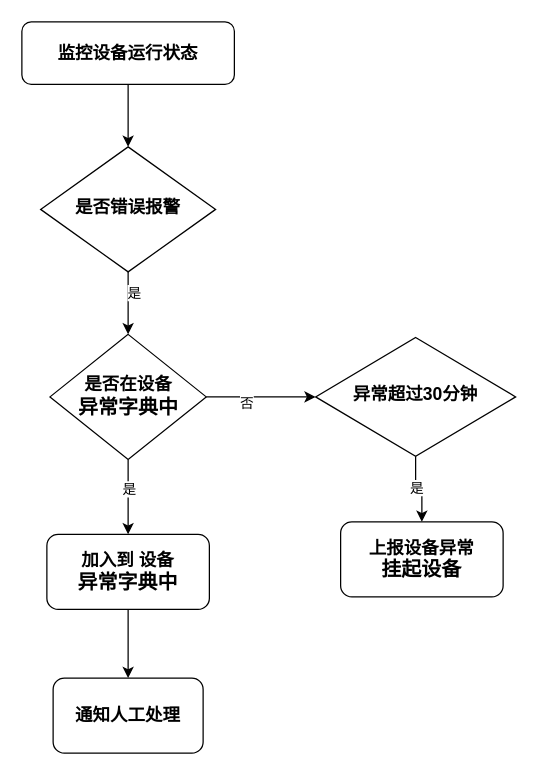
jglie/Hello-World keeps this draw.io diagram as 设备异常流程处理.drawio. Above is the earlier version. Source tidied: cells renumbered, new cells numbered last; positions are measured from the earlier drawing's top-left corner, leaving out a move shared by most shapes. Both pictures are drawn from the tidied source at 125%, with x=0, y=0 at pixel (21, 21).
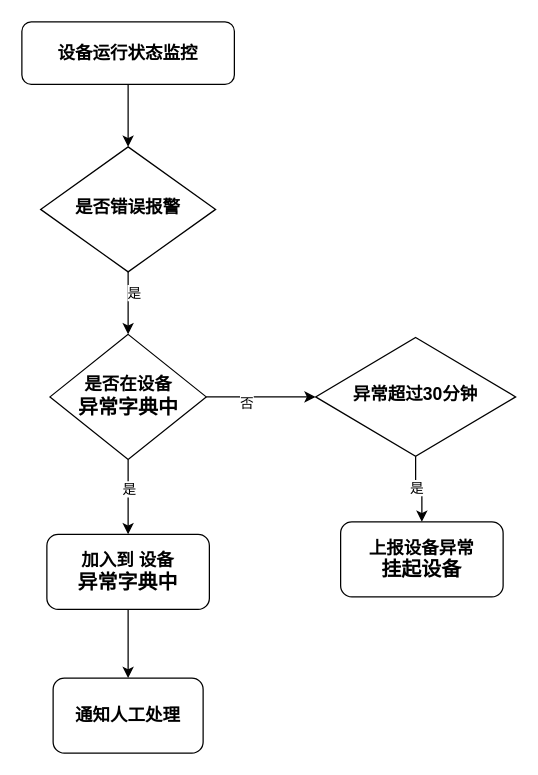
The same page after the edit.

Commit message:
设备异常流程处理.drawio

The edit, as a diff of the source:
```diff
@@
 <mxGraphModel>
   <root>
     <mxCell id="0" />
     <mxCell id="1" parent="0" />
     <mxCell id="2" style="edgeStyle=orthogonalEdgeStyle;rounded=0;jettySize=auto;html=1;entryX=0.5;entryY=0;entryDx=0;entryDy=0;" parent="1" edge="1" source="3" target="6">
       <mxGeometry relative="1" as="geometry" />
     </mxCell>
-    <mxCell id="3" value="&lt;b&gt;&lt;font style=&quot;font-size: 14px;&quot;&gt;监控设备运行状态&lt;/font&gt;&lt;/b&gt;" style="rounded=1;whiteSpace=wrap;html=1;fontSize=12;glass=0;strokeWidth=1;shadow=0;" parent="1" vertex="1">
+    <mxCell id="3" value="&lt;b&gt;&lt;font style=&quot;font-size: 14px;&quot;&gt;设备运行状态&lt;/font&gt;&lt;/b&gt;&lt;b&gt;&lt;font style=&quot;font-size: 14px;&quot;&gt;监控&lt;/font&gt;&lt;/b&gt;" style="rounded=1;whiteSpace=wrap;html=1;fontSize=12;glass=0;strokeWidth=1;shadow=0;" parent="1" vertex="1">
       <mxGeometry width="170" height="50" as="geometry" />
     </mxCell>
     <mxCell id="4" style="edgeStyle=orthogonalEdgeStyle;rounded=0;jettySize=auto;html=1;entryX=0.5;entryY=0;entryDx=0;entryDy=0;" parent="1" edge="1" source="6" target="9">
       <mxGeometry relative="1" as="geometry" />
     </mxCell>
     <mxCell id="5" value="是" style="edgeLabel;html=1;align=center;verticalAlign=middle;" parent="4" vertex="1">
       <mxGeometry x="-0.38" y="4" relative="1" as="geometry" />
     </mxCell>
     <mxCell id="6" value="&lt;font style=&quot;font-size: 14px;&quot;&gt;&lt;b&gt;是否错误报警&lt;/b&gt;&lt;/font&gt;" style="rhombus;whiteSpace=wrap;html=1;shadow=0;fontFamily=Helvetica;fontSize=12;align=center;strokeWidth=1;spacing=6;spacingTop=-4;" parent="1" vertex="1">
       <mxGeometry x="15" y="100" width="140" height="100" as="geometry" />
     </mxCell>
     <mxCell id="7" style="edgeStyle=orthogonalEdgeStyle;rounded=0;jettySize=auto;html=1;entryX=0.5;entryY=0;entryDx=0;entryDy=0;" parent="1" edge="1" source="9" target="11">
       <mxGeometry relative="1" as="geometry" />
     </mxCell>
     <mxCell id="8" value="是" style="edgeLabel;html=1;align=center;verticalAlign=middle;" parent="7" vertex="1">
       <mxGeometry x="-0.25" relative="1" as="geometry" />
     </mxCell>
     <mxCell id="9" value="&lt;div&gt;&lt;font style=&quot;font-size: 14px;&quot;&gt;&lt;b style=&quot;&quot;&gt;&lt;br&gt;&lt;/b&gt;&lt;/font&gt;&lt;/div&gt;&lt;font style=&quot;font-size: 14px;&quot;&gt;&lt;b style=&quot;&quot;&gt;是否在设备&lt;/b&gt;&lt;/font&gt;&lt;div&gt;&lt;font size=&quot;3&quot;&gt;&lt;b&gt;异常字典中&lt;/b&gt;&lt;/font&gt;&lt;div&gt;&lt;br&gt;&lt;/div&gt;&lt;/div&gt;" style="rhombus;whiteSpace=wrap;html=1;shadow=0;fontFamily=Helvetica;fontSize=12;align=center;strokeWidth=1;spacing=6;spacingTop=-4;" parent="1" vertex="1">
       <mxGeometry x="22.5" y="250" width="125" height="100" as="geometry" />
     </mxCell>
     <mxCell id="10" style="edgeStyle=orthogonalEdgeStyle;rounded=0;jettySize=auto;html=1;" parent="1" edge="1" source="11" target="12">
       <mxGeometry relative="1" as="geometry" />
     </mxCell>
     <mxCell id="11" value="&lt;font style=&quot;font-size: 14px;&quot;&gt;&lt;b&gt;加入到 设备&lt;/b&gt;&lt;/font&gt;&lt;div&gt;&lt;font size=&quot;3&quot;&gt;&lt;b&gt;异常字典中&lt;/b&gt;&lt;/font&gt;&lt;/div&gt;" style="rounded=1;whiteSpace=wrap;html=1;fontSize=12;glass=0;strokeWidth=1;shadow=0;" parent="1" vertex="1">
       <mxGeometry x="20" y="410" width="130" height="60" as="geometry" />
     </mxCell>
     <mxCell id="12" value="&lt;b&gt;&lt;font style=&quot;font-size: 14px;&quot;&gt;通知人工处理&lt;/font&gt;&lt;/b&gt;" style="whiteSpace=wrap;html=1;rounded=1;glass=0;strokeWidth=1;shadow=0;" parent="1" vertex="1">
       <mxGeometry x="25" y="525" width="120" height="60" as="geometry" />
     </mxCell>
     <mxCell id="13" style="edgeStyle=orthogonalEdgeStyle;rounded=0;jettySize=auto;html=1;entryX=0.5;entryY=0;entryDx=0;entryDy=0;" parent="1" edge="1" source="15" target="18">
       <mxGeometry relative="1" as="geometry" />
     </mxCell>
     <mxCell id="14" value="是" style="edgeLabel;html=1;align=center;verticalAlign=middle;" parent="13" vertex="1">
       <mxGeometry x="-0.07" y="2" relative="1" as="geometry">
         <mxPoint y="1" as="offset" />
       </mxGeometry>
     </mxCell>
     <mxCell id="15" value="&lt;b&gt;&lt;font style=&quot;font-size: 14px;&quot;&gt;异常超过30分钟&lt;/font&gt;&lt;/b&gt;" style="rhombus;whiteSpace=wrap;html=1;shadow=0;fontFamily=Helvetica;fontSize=12;align=center;strokeWidth=1;spacing=6;spacingTop=-4;" parent="1" vertex="1">
       <mxGeometry x="235" y="252.5" width="160" height="95" as="geometry" />
     </mxCell>
     <mxCell id="16" style="edgeStyle=orthogonalEdgeStyle;rounded=0;jettySize=auto;html=1;entryX=0;entryY=0.5;entryDx=0;entryDy=0;" parent="1" edge="1" source="9" target="15">
       <mxGeometry relative="1" as="geometry" />
     </mxCell>
     <mxCell id="17" value="否" style="edgeLabel;html=1;align=center;verticalAlign=middle;" parent="16" vertex="1">
       <mxGeometry x="-0.27" y="-4" relative="1" as="geometry" />
     </mxCell>
     <mxCell id="18" value="&lt;font style=&quot;font-size: 14px;&quot;&gt;&lt;b&gt;&lt;font style=&quot;&quot;&gt;上报&lt;/font&gt;&lt;/b&gt;&lt;b&gt;&lt;font style=&quot;&quot;&gt;设备异常&lt;/font&gt;&lt;/b&gt;&lt;/font&gt;&lt;div&gt;&lt;b&gt;&lt;font size=&quot;3&quot;&gt;挂起设备&lt;/font&gt;&lt;/b&gt;&lt;/div&gt;" style="rounded=1;whiteSpace=wrap;html=1;" parent="1" vertex="1">
       <mxGeometry x="255" y="400" width="130" height="60" as="geometry" />
     </mxCell>
   </root>
 </mxGraphModel>
```
